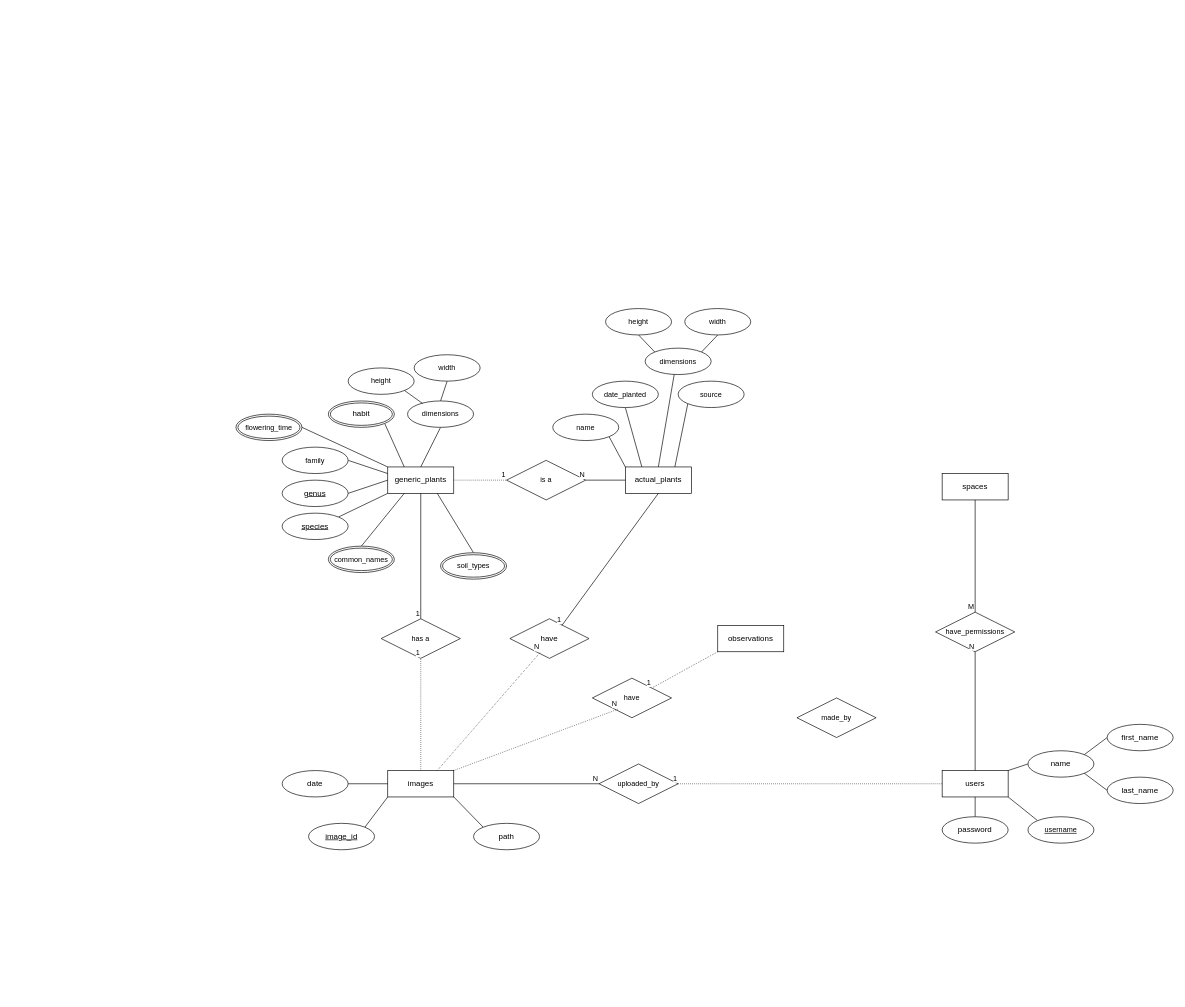
Grimcheese/Eucalypto keeps this draw.io diagram as docs/eucalypto-erd.drawio. Above is the earlier version. Source tidied: cells renumbered, new cells numbered last; positions are measured from the earlier drawing's top-left corner, leaving out a move shared by most shapes. Both pictures are drawn from the tidied source at 66%, with x=0, y=0 at pixel (236, 308).
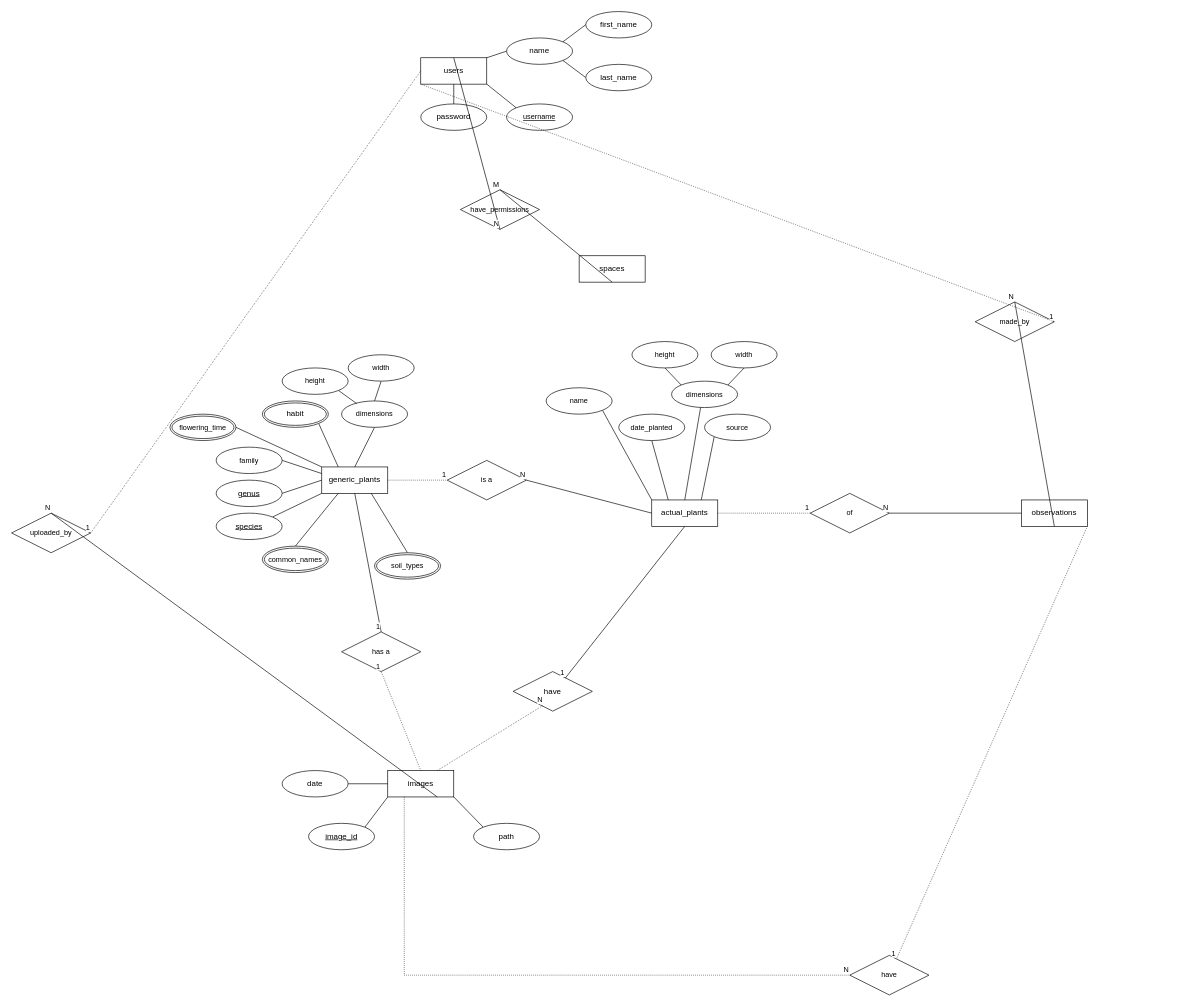
Above is the later version.

The change refers to these unchanged cells:
```xml
<mxCell id="11" value="images" style="whiteSpace=wrap;html=1;align=center;fontFamily=Helvetica;fontSize=12;fontColor=default;labelBackgroundColor=default;" parent="1" vertex="1">
  <mxGeometry x="230" y="700" width="100" height="40" as="geometry" />
</mxCell>
```

The edit, as a diff of the source:
```diff
@@
     <mxCell id="2" value="generic_plants" style="whiteSpace=wrap;html=1;align=center;fontSize=12;" parent="1" vertex="1">
-      <mxGeometry x="230" y="240" width="100" height="40" as="geometry" />
+      <mxGeometry x="130" y="240" width="100" height="40" as="geometry" />
     </mxCell>
@@
     <mxCell id="4" value="actual_plants" style="whiteSpace=wrap;html=1;align=center;fontSize=12;" parent="1" vertex="1">
-      <mxGeometry x="590" y="240" width="100" height="40" as="geometry" />
+      <mxGeometry x="630" y="290" width="100" height="40" as="geometry" />
     </mxCell>
@@
     <mxCell id="6" value="habit" style="ellipse;shape=doubleEllipse;margin=3;whiteSpace=wrap;html=1;align=center;fontSize=12;" parent="1" vertex="1">
-      <mxGeometry x="140" y="140" width="100" height="40" as="geometry" />
+      <mxGeometry x="40" y="140" width="100" height="40" as="geometry" />
     </mxCell>
@@
     <mxCell id="8" value="genus" style="ellipse;whiteSpace=wrap;html=1;align=center;fontStyle=4;fontFamily=Helvetica;fontSize=12;fontColor=default;labelBackgroundColor=default;" parent="1" vertex="1">
-      <mxGeometry x="70" y="260" width="100" height="40" as="geometry" />
+      <mxGeometry x="-30" y="260" width="100" height="40" as="geometry" />
     </mxCell>
@@
     <mxCell id="10" value="species" style="ellipse;whiteSpace=wrap;html=1;align=center;fontStyle=4;fontFamily=Helvetica;fontSize=12;fontColor=default;labelBackgroundColor=default;" parent="1" vertex="1">
-      <mxGeometry x="70" y="310" width="100" height="40" as="geometry" />
+      <mxGeometry x="-30" y="310" width="100" height="40" as="geometry" />
     </mxCell>
@@
     <mxCell id="18" value="users" style="whiteSpace=wrap;html=1;align=center;fontFamily=Helvetica;fontSize=12;fontColor=default;labelBackgroundColor=default;" parent="1" vertex="1">
-      <mxGeometry x="1070" y="700" width="100" height="40" as="geometry" />
+      <mxGeometry x="280" y="-380" width="100" height="40" as="geometry" />
     </mxCell>
     <mxCell id="19" value="observations" style="whiteSpace=wrap;html=1;align=center;fontFamily=Helvetica;fontSize=12;fontColor=default;labelBackgroundColor=default;" parent="1" vertex="1">
-      <mxGeometry x="730" y="480" width="100" height="40" as="geometry" />
+      <mxGeometry x="1190" y="290" width="100" height="40" as="geometry" />
     </mxCell>
     <mxCell id="20" value="&lt;div style=&quot;font-size: 12px;&quot;&gt;spaces&lt;/div&gt;" style="whiteSpace=wrap;html=1;align=center;fontFamily=Helvetica;fontSize=12;fontColor=default;labelBackgroundColor=default;" parent="1" vertex="1">
-      <mxGeometry x="1070" y="250" width="100" height="40" as="geometry" />
+      <mxGeometry x="520" y="-80" width="100" height="40" as="geometry" />
     </mxCell>
@@
     <mxCell id="22" value="name" style="ellipse;whiteSpace=wrap;html=1;align=center;fontFamily=Helvetica;fontSize=12;fontColor=default;labelBackgroundColor=default;" parent="1" vertex="1">
-      <mxGeometry x="1200" y="670" width="100" height="40" as="geometry" />
+      <mxGeometry x="410" y="-410" width="100" height="40" as="geometry" />
     </mxCell>
@@
     <mxCell id="24" value="first_name" style="ellipse;whiteSpace=wrap;html=1;align=center;fontFamily=Helvetica;fontSize=12;fontColor=default;labelBackgroundColor=default;" parent="1" vertex="1">
-      <mxGeometry x="1320" y="630" width="100" height="40" as="geometry" />
+      <mxGeometry x="530" y="-450" width="100" height="40" as="geometry" />
     </mxCell>
@@
     <mxCell id="26" value="last_name" style="ellipse;whiteSpace=wrap;html=1;align=center;fontFamily=Helvetica;fontSize=12;fontColor=default;labelBackgroundColor=default;" parent="1" vertex="1">
-      <mxGeometry x="1320" y="710" width="100" height="40" as="geometry" />
+      <mxGeometry x="530" y="-370" width="100" height="40" as="geometry" />
     </mxCell>
@@
     <mxCell id="28" value="username" style="ellipse;whiteSpace=wrap;html=1;align=center;fontStyle=4;fontFamily=Helvetica;fontSize=11;fontColor=default;labelBackgroundColor=default;" parent="1" vertex="1">
-      <mxGeometry x="1200" y="770" width="100" height="40" as="geometry" />
+      <mxGeometry x="410" y="-310" width="100" height="40" as="geometry" />
     </mxCell>
@@
     <mxCell id="30" value="common_names" style="ellipse;shape=doubleEllipse;margin=3;whiteSpace=wrap;html=1;align=center;fontFamily=Helvetica;fontSize=11;fontColor=default;labelBackgroundColor=default;" parent="1" vertex="1">
-      <mxGeometry x="140" y="360" width="100" height="40" as="geometry" />
+      <mxGeometry x="40" y="360" width="100" height="40" as="geometry" />
     </mxCell>
@@
     <mxCell id="32" value="family" style="ellipse;whiteSpace=wrap;html=1;align=center;fontFamily=Helvetica;fontSize=11;fontColor=default;labelBackgroundColor=default;" parent="1" vertex="1">
-      <mxGeometry x="70" y="210" width="100" height="40" as="geometry" />
+      <mxGeometry x="-30" y="210" width="100" height="40" as="geometry" />
     </mxCell>
@@
     <mxCell id="34" value="dimensions" style="ellipse;whiteSpace=wrap;html=1;align=center;fontFamily=Helvetica;fontSize=11;fontColor=default;labelBackgroundColor=default;" parent="1" vertex="1">
-      <mxGeometry x="260" y="140" width="100" height="40" as="geometry" />
+      <mxGeometry x="160" y="140" width="100" height="40" as="geometry" />
     </mxCell>
     <mxCell id="35" value="height" style="ellipse;whiteSpace=wrap;html=1;align=center;fontFamily=Helvetica;fontSize=11;fontColor=default;labelBackgroundColor=default;" parent="1" vertex="1">
-      <mxGeometry x="170" y="90" width="100" height="40" as="geometry" />
+      <mxGeometry x="70" y="90" width="100" height="40" as="geometry" />
     </mxCell>
@@
     <mxCell id="37" value="width" style="ellipse;whiteSpace=wrap;html=1;align=center;fontFamily=Helvetica;fontSize=11;fontColor=default;labelBackgroundColor=default;" parent="1" vertex="1">
-      <mxGeometry x="270" y="70" width="100" height="40" as="geometry" />
+      <mxGeometry x="170" y="70" width="100" height="40" as="geometry" />
     </mxCell>
@@
     <mxCell id="39" value="is a" style="shape=rhombus;perimeter=rhombusPerimeter;whiteSpace=wrap;html=1;align=center;fontFamily=Helvetica;fontSize=11;fontColor=default;labelBackgroundColor=default;" parent="1" vertex="1">
-      <mxGeometry x="410" y="230" width="120" height="60" as="geometry" />
+      <mxGeometry x="320" y="230" width="120" height="60" as="geometry" />
     </mxCell>
@@
     <mxCell id="45" value="name" style="ellipse;whiteSpace=wrap;html=1;align=center;fontFamily=Helvetica;fontSize=11;fontColor=default;labelBackgroundColor=default;" parent="1" vertex="1">
-      <mxGeometry x="480" y="160" width="100" height="40" as="geometry" />
+      <mxGeometry x="470" y="120" width="100" height="40" as="geometry" />
     </mxCell>
@@
     <mxCell id="47" value="date_planted" style="ellipse;whiteSpace=wrap;html=1;align=center;fontFamily=Helvetica;fontSize=11;fontColor=default;labelBackgroundColor=default;" parent="1" vertex="1">
-      <mxGeometry x="540" y="110" width="100" height="40" as="geometry" />
+      <mxGeometry x="580" y="160" width="100" height="40" as="geometry" />
     </mxCell>
@@
     <mxCell id="49" value="soil_types" style="ellipse;shape=doubleEllipse;margin=3;whiteSpace=wrap;html=1;align=center;fontFamily=Helvetica;fontSize=11;fontColor=default;labelBackgroundColor=default;" parent="1" vertex="1">
-      <mxGeometry x="310" y="370" width="100" height="40" as="geometry" />
+      <mxGeometry x="210" y="370" width="100" height="40" as="geometry" />
     </mxCell>
@@
     <mxCell id="52" value="dimensions" style="ellipse;whiteSpace=wrap;html=1;align=center;fontFamily=Helvetica;fontSize=11;fontColor=default;labelBackgroundColor=default;" parent="1" vertex="1">
-      <mxGeometry x="620" y="60" width="100" height="40" as="geometry" />
+      <mxGeometry x="660" y="110" width="100" height="40" as="geometry" />
     </mxCell>
     <mxCell id="53" value="height" style="ellipse;whiteSpace=wrap;html=1;align=center;fontFamily=Helvetica;fontSize=11;fontColor=default;labelBackgroundColor=default;" parent="1" vertex="1">
-      <mxGeometry x="560" width="100" height="40" as="geometry" />
+      <mxGeometry x="600" y="50" width="100" height="40" as="geometry" />
     </mxCell>
     <mxCell id="54" value="width" style="ellipse;whiteSpace=wrap;html=1;align=center;fontFamily=Helvetica;fontSize=11;fontColor=default;labelBackgroundColor=default;" parent="1" vertex="1">
-      <mxGeometry x="680" width="100" height="40" as="geometry" />
+      <mxGeometry x="720" y="50" width="100" height="40" as="geometry" />
     </mxCell>
@@
     <mxCell id="56" value="has a" style="shape=rhombus;perimeter=rhombusPerimeter;whiteSpace=wrap;html=1;align=center;fontFamily=Helvetica;fontSize=11;fontColor=default;labelBackgroundColor=default;" parent="1" vertex="1">
-      <mxGeometry x="220" y="470" width="120" height="60" as="geometry" />
+      <mxGeometry x="160" y="490" width="120" height="60" as="geometry" />
     </mxCell>
@@
     <mxCell id="61" value="uploaded_by" style="shape=rhombus;perimeter=rhombusPerimeter;whiteSpace=wrap;html=1;align=center;fontFamily=Helvetica;fontSize=11;fontColor=default;labelBackgroundColor=default;" parent="1" vertex="1">
-      <mxGeometry x="550" y="690" width="120" height="60" as="geometry" />
+      <mxGeometry x="-340" y="310" width="120" height="60" as="geometry" />
     </mxCell>
-    <mxCell id="62" style="endArrow=none;html=1;rounded=0;strokeColor=default;align=center;verticalAlign=middle;fontFamily=Helvetica;fontSize=11;fontColor=default;labelBackgroundColor=default;entryX=0;entryY=0.5;entryDx=0;entryDy=0;exitX=1;exitY=0.5;exitDx=0;exitDy=0;" parent="1" edge="1" source="11" target="61">
+    <mxCell id="62" style="endArrow=none;html=1;rounded=0;strokeColor=default;align=center;verticalAlign=middle;fontFamily=Helvetica;fontSize=11;fontColor=default;labelBackgroundColor=default;entryX=0.5;entryY=0;entryDx=0;entryDy=0;exitX=0.75;exitY=1;exitDx=0;exitDy=0;" parent="1" edge="1" source="11" target="61">
       <mxGeometry relative="1" as="geometry" />
     </mxCell>
@@
     <mxCell id="67" value="password" style="ellipse;whiteSpace=wrap;html=1;align=center;" parent="1" vertex="1">
-      <mxGeometry x="1070" y="770" width="100" height="40" as="geometry" />
+      <mxGeometry x="280" y="-310" width="100" height="40" as="geometry" />
     </mxCell>
     <mxCell id="68" value="have" style="shape=rhombus;perimeter=rhombusPerimeter;whiteSpace=wrap;html=1;align=center;" parent="1" vertex="1">
-      <mxGeometry x="415" y="470" width="120" height="60" as="geometry" />
+      <mxGeometry x="420" y="550" width="120" height="60" as="geometry" />
     </mxCell>
     <mxCell id="69" value="source" style="ellipse;whiteSpace=wrap;html=1;align=center;fontFamily=Helvetica;fontSize=11;fontColor=default;labelBackgroundColor=default;" parent="1" vertex="1">
-      <mxGeometry x="670" y="110" width="100" height="40" as="geometry" />
+      <mxGeometry x="710" y="160" width="100" height="40" as="geometry" />
     </mxCell>
     <mxCell id="70" value="have" style="shape=rhombus;perimeter=rhombusPerimeter;whiteSpace=wrap;html=1;align=center;fontFamily=Helvetica;fontSize=11;fontColor=default;labelBackgroundColor=default;" parent="1" vertex="1">
-      <mxGeometry x="540" y="560" width="120" height="60" as="geometry" />
+      <mxGeometry x="930" y="980" width="120" height="60" as="geometry" />
     </mxCell>
@@
-    <mxCell id="75" style="endArrow=none;html=1;rounded=0;dashed=1;dashPattern=1 2;strokeColor=default;align=center;verticalAlign=middle;fontFamily=Helvetica;fontSize=11;fontColor=default;labelBackgroundColor=default;edgeStyle=none;entryX=0.325;entryY=0.783;entryDx=0;entryDy=0;exitX=1;exitY=0;exitDx=0;exitDy=0;entryPerimeter=0;" parent="1" edge="1" source="11" target="70">
+    <mxCell id="75" style="endArrow=none;html=1;rounded=0;dashed=1;dashPattern=1 2;strokeColor=default;align=center;verticalAlign=middle;fontFamily=Helvetica;fontSize=11;fontColor=default;labelBackgroundColor=default;edgeStyle=orthogonalEdgeStyle;entryX=0;entryY=0.5;entryDx=0;entryDy=0;exitX=0.25;exitY=1;exitDx=0;exitDy=0;" parent="1" edge="1" source="11" target="70">
       <mxGeometry relative="1" as="geometry" />
     </mxCell>
@@
-    <mxCell id="77" style="endArrow=none;html=1;rounded=0;dashed=1;dashPattern=1 2;strokeColor=default;align=center;verticalAlign=middle;fontFamily=Helvetica;fontSize=11;fontColor=default;labelBackgroundColor=default;edgeStyle=none;entryX=1;entryY=0;entryDx=0;entryDy=0;exitX=0;exitY=1;exitDx=0;exitDy=0;" parent="1" edge="1" source="19" target="70">
+    <mxCell id="77" style="endArrow=none;html=1;rounded=0;dashed=1;dashPattern=1 2;strokeColor=default;align=center;verticalAlign=middle;fontFamily=Helvetica;fontSize=11;fontColor=default;labelBackgroundColor=default;edgeStyle=none;exitX=1;exitY=1;exitDx=0;exitDy=0;" parent="1" edge="1" source="19" target="70">
       <mxGeometry relative="1" as="geometry" />
     </mxCell>
@@
     <mxCell id="79" value="have_permissions" style="shape=rhombus;perimeter=rhombusPerimeter;whiteSpace=wrap;html=1;align=center;fontFamily=Helvetica;fontSize=11;fontColor=default;labelBackgroundColor=default;" parent="1" vertex="1">
-      <mxGeometry x="1060" y="460" width="120" height="60" as="geometry" />
+      <mxGeometry x="340" y="-180" width="120" height="60" as="geometry" />
     </mxCell>
@@
     <mxCell id="85" value="flowering_time" style="ellipse;shape=doubleEllipse;margin=3;whiteSpace=wrap;html=1;align=center;fontFamily=Helvetica;fontSize=11;fontColor=default;labelBackgroundColor=default;" parent="1" vertex="1">
-      <mxGeometry y="160" width="100" height="40" as="geometry" />
+      <mxGeometry x="-100" y="160" width="100" height="40" as="geometry" />
     </mxCell>
     <mxCell id="86" value="made_by" style="shape=rhombus;perimeter=rhombusPerimeter;whiteSpace=wrap;html=1;align=center;fontFamily=Helvetica;fontSize=11;fontColor=default;labelBackgroundColor=default;" parent="1" vertex="1">
-      <mxGeometry x="850" y="590" width="120" height="60" as="geometry" />
+      <mxGeometry x="1120" y="-10" width="120" height="60" as="geometry" />
     </mxCell>
+    <mxCell id="87" style="endArrow=none;html=1;rounded=0;strokeColor=default;align=center;verticalAlign=middle;fontFamily=Helvetica;fontSize=11;fontColor=default;labelBackgroundColor=default;edgeStyle=none;entryX=0.5;entryY=0;entryDx=0;entryDy=0;exitX=0.5;exitY=1;exitDx=0;exitDy=0;" parent="1" edge="1" source="19" target="86">
+      <mxGeometry relative="1" as="geometry" />
+    </mxCell>
+    <mxCell id="88" value="N" style="html=1;whiteSpace=wrap;align=right;verticalAlign=bottom;fontFamily=Helvetica;fontSize=11;fontColor=default;labelBackgroundColor=default;" parent="87" vertex="1">
+      <mxGeometry x="1" relative="1" as="geometry" />
+    </mxCell>
+    <mxCell id="89" style="endArrow=none;html=1;rounded=0;dashed=1;dashPattern=1 2;strokeColor=default;align=center;verticalAlign=middle;fontFamily=Helvetica;fontSize=11;fontColor=default;labelBackgroundColor=default;edgeStyle=none;entryX=1;entryY=0.5;entryDx=0;entryDy=0;exitX=0;exitY=1;exitDx=0;exitDy=0;" parent="1" edge="1" source="18" target="86">
+      <mxGeometry relative="1" as="geometry" />
+    </mxCell>
+    <mxCell id="90" value="1" style="html=1;whiteSpace=wrap;align=right;verticalAlign=bottom;fontFamily=Helvetica;fontSize=11;fontColor=default;labelBackgroundColor=default;" parent="89" vertex="1">
+      <mxGeometry x="1" relative="1" as="geometry" />
+    </mxCell>
+    <mxCell id="91" value="of" style="shape=rhombus;perimeter=rhombusPerimeter;whiteSpace=wrap;html=1;align=center;fontFamily=Helvetica;fontSize=11;fontColor=default;labelBackgroundColor=default;" parent="1" vertex="1">
+      <mxGeometry x="870" y="280" width="120" height="60" as="geometry" />
+    </mxCell>
+    <mxCell id="92" style="endArrow=none;html=1;rounded=0;strokeColor=default;align=center;verticalAlign=middle;fontFamily=Helvetica;fontSize=11;fontColor=default;labelBackgroundColor=default;edgeStyle=none;entryX=1;entryY=0.5;entryDx=0;entryDy=0;exitX=0;exitY=0.5;exitDx=0;exitDy=0;" parent="1" edge="1" source="19" target="91">
+      <mxGeometry relative="1" as="geometry" />
+    </mxCell>
+    <mxCell id="93" value="N" style="html=1;whiteSpace=wrap;align=right;verticalAlign=bottom;fontFamily=Helvetica;fontSize=11;fontColor=default;labelBackgroundColor=default;" parent="92" vertex="1">
+      <mxGeometry x="1" relative="1" as="geometry" />
+    </mxCell>
+    <mxCell id="94" style="endArrow=none;html=1;rounded=0;dashed=1;dashPattern=1 2;strokeColor=default;align=center;verticalAlign=middle;fontFamily=Helvetica;fontSize=11;fontColor=default;labelBackgroundColor=default;edgeStyle=none;exitX=1;exitY=0.5;exitDx=0;exitDy=0;" parent="1" edge="1" source="4" target="91">
+      <mxGeometry relative="1" as="geometry" />
+    </mxCell>
+    <mxCell id="95" value="1" style="html=1;whiteSpace=wrap;align=right;verticalAlign=bottom;fontFamily=Helvetica;fontSize=11;fontColor=default;labelBackgroundColor=default;" parent="94" vertex="1">
+      <mxGeometry x="1" relative="1" as="geometry" />
+    </mxCell>
```
